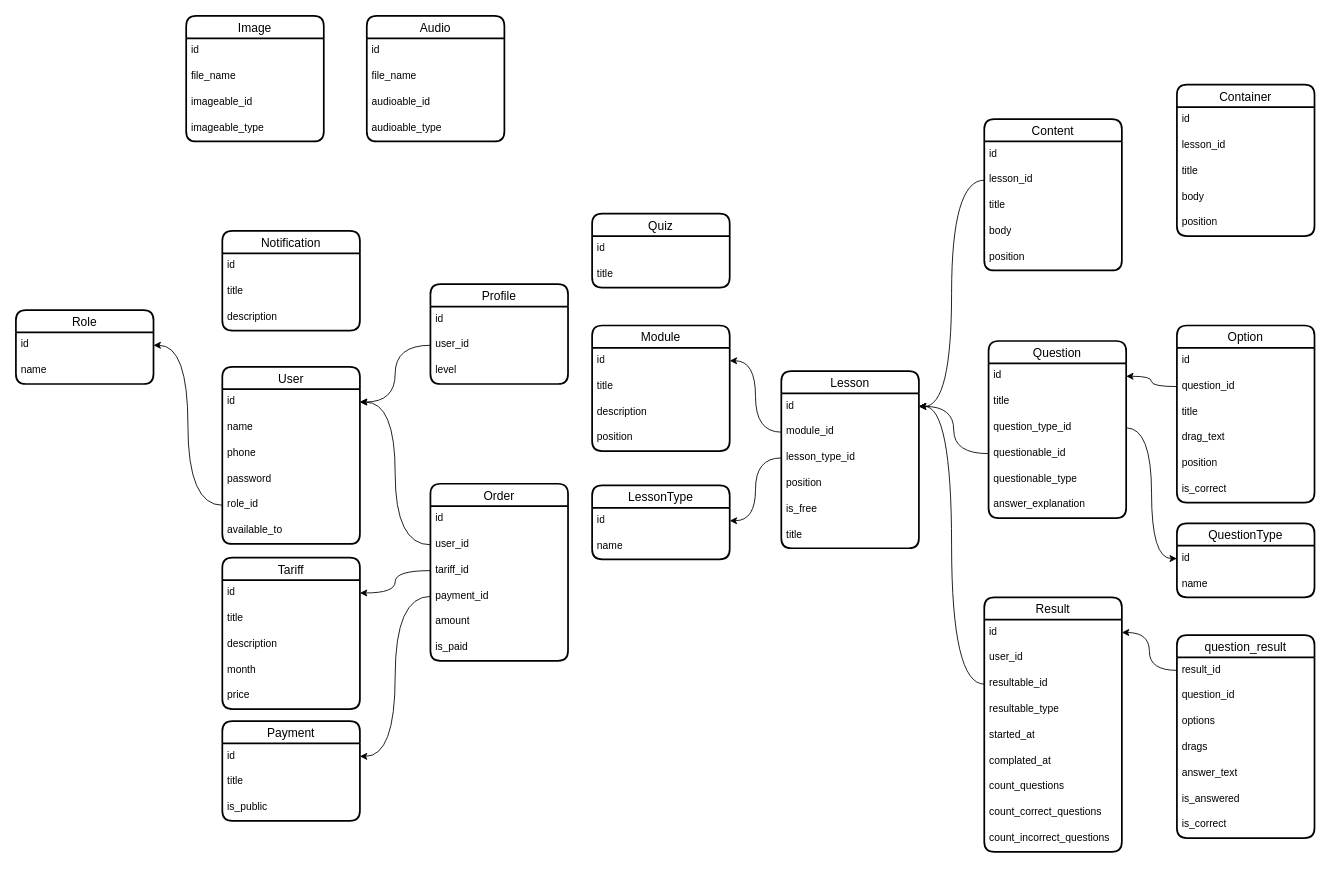
Before: page "Страница — 1" (1 of 2) of karsoft-UMU.drawio in iztileuoff/databases, a draw.io diagram. Source tidied: cells renumbered, new cells numbered last; positions are measured from the earlier drawing's top-left corner, leaving out a move shared by most shapes. Both pictures are drawn from the tidied source at 86%, with x=0, y=0 at pixel (15, 15).
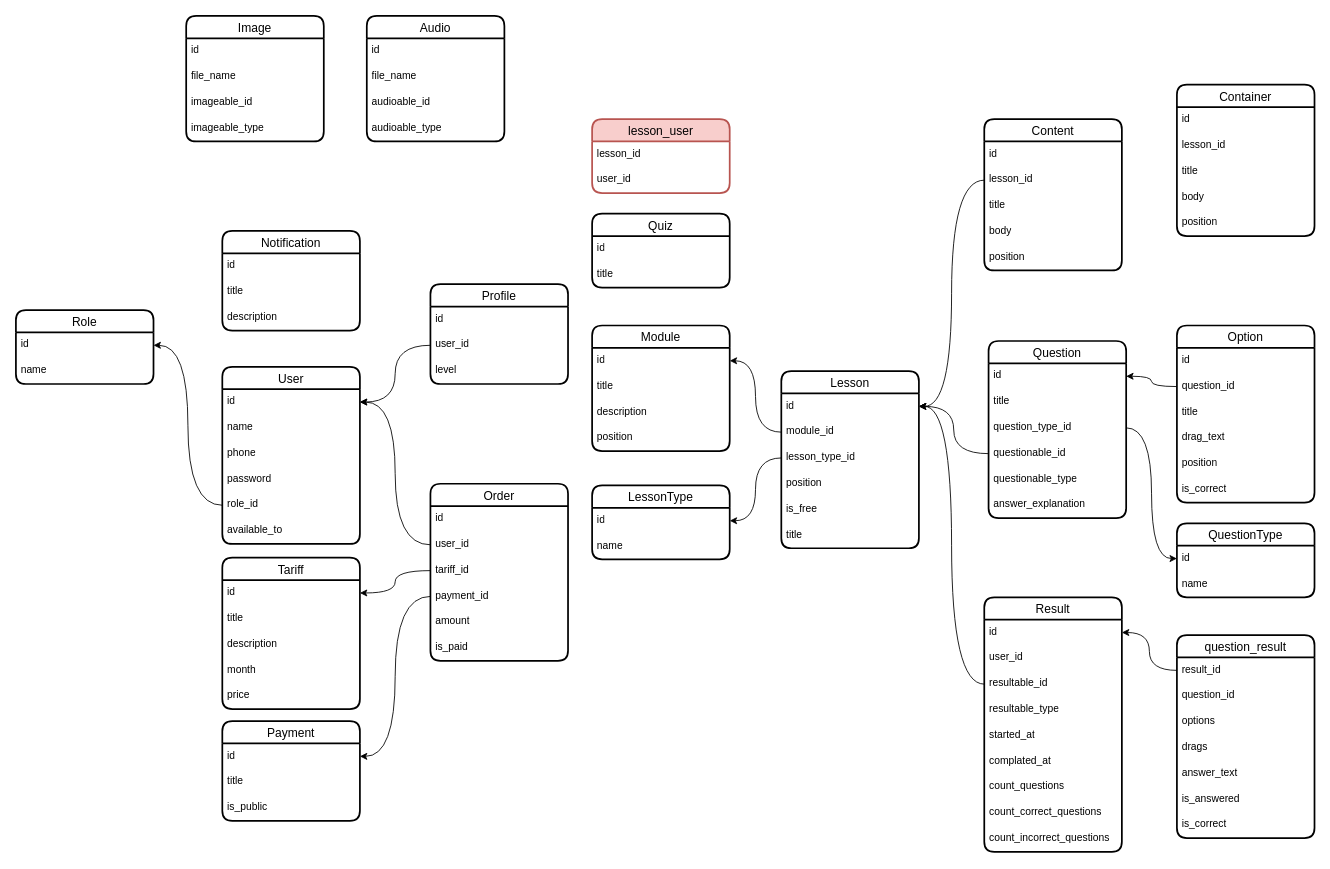
The same diagram, later.

Change to the diagram source:
```diff
@@
+    <mxCell id="125" value="lesson_user" style="swimlane;fontStyle=0;horizontal=1;startSize=26;align=center;fontSize=14;strokeWidth=2;rounded=1;shadow=0;glass=0;swimlaneLine=1;fillColor=#f8cecc;strokeColor=#b85450;" parent="1" vertex="1">
+      <mxGeometry x="670" y="120" width="160" height="86" as="geometry" />
+    </mxCell>
+    <mxCell id="126" value="lesson_id" style="text;strokeColor=none;fillColor=none;spacingLeft=4;spacingRight=4;overflow=hidden;fontSize=12;whiteSpace=wrap;html=1;" parent="125" vertex="1">
+      <mxGeometry y="26" width="160" height="30" as="geometry" />
+    </mxCell>
+    <mxCell id="127" value="user_id" style="text;strokeColor=none;fillColor=none;spacingLeft=4;spacingRight=4;overflow=hidden;fontSize=12;whiteSpace=wrap;html=1;" parent="125" vertex="1">
+      <mxGeometry y="56" width="160" height="30" as="geometry" />
+    </mxCell>
```
